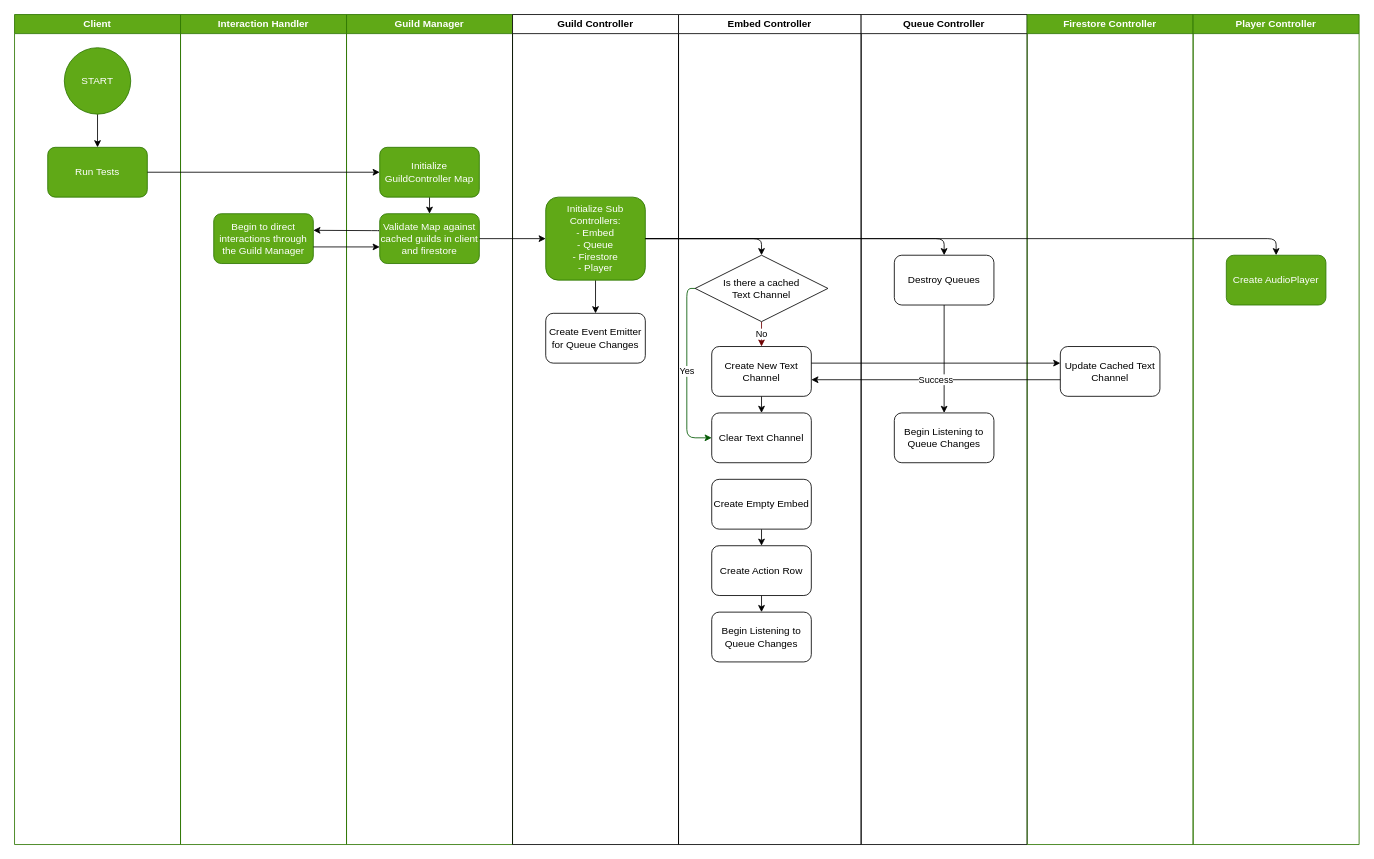
Earlier version of the draw.io diagram planning/draw.io/Initialization_Swimlane.drawio (LukeLeimbach/music-discord-bot). Source tidied: cells renumbered, new cells numbered last; positions are measured from the earlier drawing's top-left corner, leaving out a move shared by most shapes. Both pictures are drawn from the tidied source at 83%, with x=0, y=0 at pixel (14, 14).
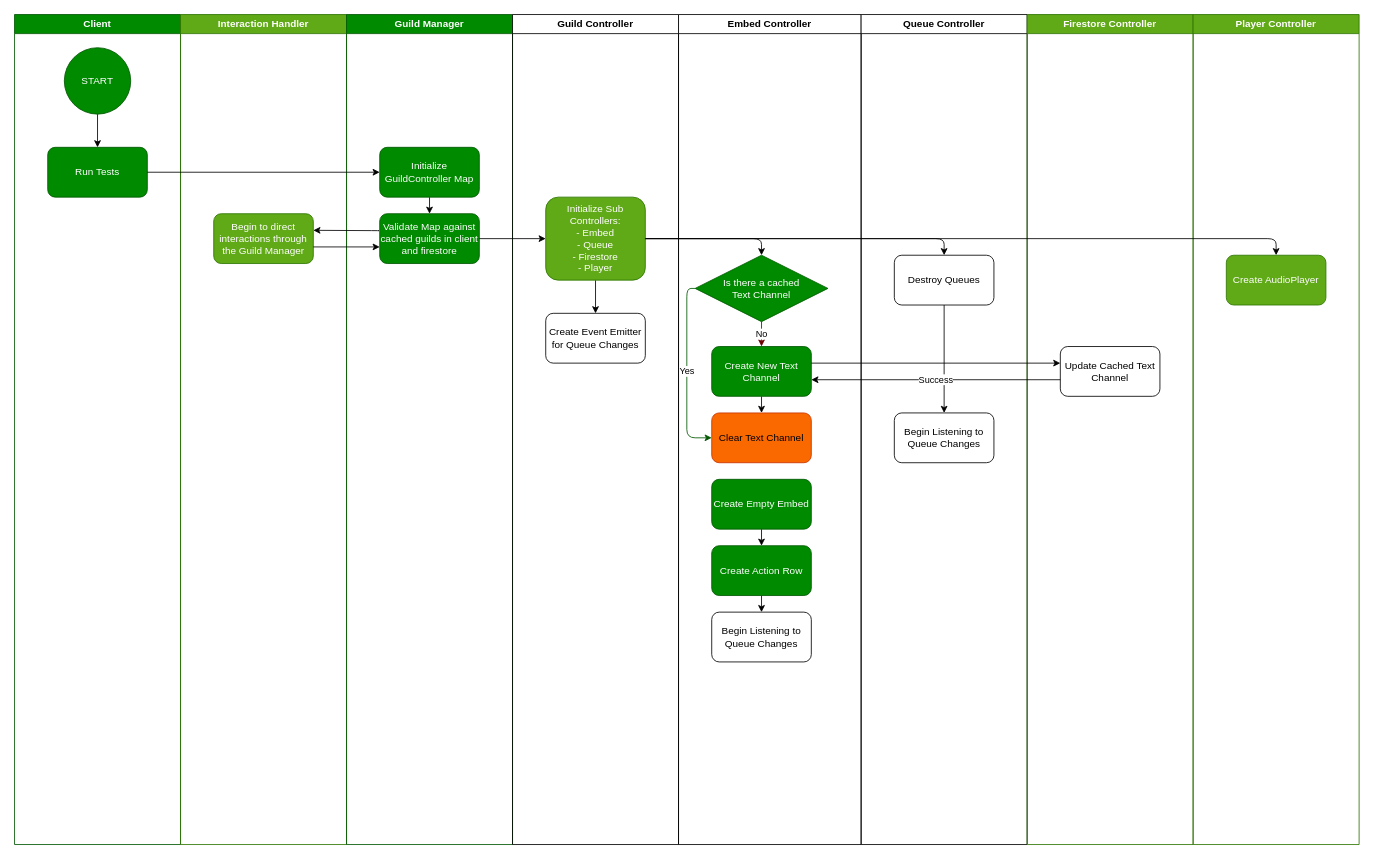
Above is the later version.

The change refers to these unchanged cells:
```xml
<mxCell id="16" value="Embed Controller" style="swimlane;whiteSpace=wrap;html=1;" parent="1" vertex="1">
  <mxGeometry x="800" width="220" height="1000" as="geometry" />
</mxCell>
```

The edit, as a diff of the source:
```diff
@@
-    <mxCell id="2" value="Client" style="swimlane;whiteSpace=wrap;html=1;fillColor=#60a917;fontColor=#ffffff;strokeColor=#2D7600;" parent="1" vertex="1">
+    <mxCell id="2" value="Client" style="swimlane;whiteSpace=wrap;html=1;fillColor=#008a00;fontColor=#ffffff;strokeColor=#005700;" parent="1" vertex="1">
       <mxGeometry width="200" height="1000" as="geometry" />
     </mxCell>
@@
-    <mxCell id="4" value="START" style="ellipse;whiteSpace=wrap;html=1;fillColor=#60a917;fontColor=#ffffff;strokeColor=#2D7600;" parent="2" vertex="1">
+    <mxCell id="4" value="START" style="ellipse;whiteSpace=wrap;html=1;fillColor=#008a00;fontColor=#ffffff;strokeColor=#005700;" parent="2" vertex="1">
       <mxGeometry x="60" y="40" width="80" height="80" as="geometry" />
     </mxCell>
-    <mxCell id="5" value="Run Tests" style="rounded=1;whiteSpace=wrap;html=1;fillColor=#60a917;fontColor=#ffffff;strokeColor=#2D7600;" parent="2" vertex="1">
+    <mxCell id="5" value="Run Tests" style="rounded=1;whiteSpace=wrap;html=1;fillColor=#008a00;fontColor=#ffffff;strokeColor=#005700;" parent="2" vertex="1">
       <mxGeometry x="40" y="160" width="120" height="60" as="geometry" />
     </mxCell>
@@
-    <mxCell id="8" value="Guild Manager" style="swimlane;whiteSpace=wrap;html=1;fillColor=#60a917;fontColor=#ffffff;strokeColor=#2D7600;" parent="1" vertex="1">
+    <mxCell id="8" value="Guild Manager" style="swimlane;whiteSpace=wrap;html=1;fillColor=#008a00;fontColor=#ffffff;strokeColor=#005700;" parent="1" vertex="1">
       <mxGeometry x="400" width="200" height="1000" as="geometry" />
     </mxCell>
@@
-    <mxCell id="10" value="Initialize GuildController Map" style="rounded=1;whiteSpace=wrap;html=1;fillColor=#60a917;fontColor=#ffffff;strokeColor=#2D7600;" parent="8" vertex="1">
+    <mxCell id="10" value="Initialize GuildController Map" style="rounded=1;whiteSpace=wrap;html=1;fillColor=#008a00;fontColor=#ffffff;strokeColor=#005700;" parent="8" vertex="1">
       <mxGeometry x="40" y="160" width="120" height="60" as="geometry" />
     </mxCell>
-    <mxCell id="11" value="Validate Map against cached guilds in client and firestore" style="rounded=1;whiteSpace=wrap;html=1;fillColor=#60a917;fontColor=#ffffff;strokeColor=#2D7600;" parent="8" vertex="1">
+    <mxCell id="11" value="Validate Map against cached guilds in client and firestore" style="rounded=1;whiteSpace=wrap;html=1;fillColor=#008a00;fontColor=#ffffff;strokeColor=#005700;" parent="8" vertex="1">
       <mxGeometry x="40" y="240" width="120" height="60" as="geometry" />
     </mxCell>
@@
-    <mxCell id="18" value="Create Empty Embed" style="rounded=1;whiteSpace=wrap;html=1;" parent="16" vertex="1">
+    <mxCell id="18" value="Create Empty Embed" style="rounded=1;whiteSpace=wrap;html=1;fillColor=#008a00;fontColor=#ffffff;strokeColor=#005700;" parent="16" vertex="1">
       <mxGeometry x="40" y="560" width="120" height="60" as="geometry" />
     </mxCell>
@@
-    <mxCell id="20" value="Create Action Row" style="rounded=1;whiteSpace=wrap;html=1;" parent="16" vertex="1">
+    <mxCell id="20" value="Create Action Row" style="rounded=1;whiteSpace=wrap;html=1;fillColor=#008a00;fontColor=#ffffff;strokeColor=#005700;" parent="16" vertex="1">
       <mxGeometry x="40" y="640" width="120" height="60" as="geometry" />
     </mxCell>
@@
-    <mxCell id="23" value="Is there a cached &lt;br&gt;Text Channel" style="rhombus;whiteSpace=wrap;html=1;" parent="16" vertex="1">
+    <mxCell id="23" value="Is there a cached &lt;br&gt;Text Channel" style="rhombus;whiteSpace=wrap;html=1;fillColor=#008a00;fontColor=#ffffff;strokeColor=#005700;" parent="16" vertex="1">
       <mxGeometry x="20" y="290" width="160" height="80" as="geometry" />
     </mxCell>
@@
-    <mxCell id="25" value="Create New Text Channel" style="rounded=1;whiteSpace=wrap;html=1;" parent="16" vertex="1">
+    <mxCell id="25" value="Create New Text Channel" style="rounded=1;whiteSpace=wrap;html=1;fillColor=#008a00;fontColor=#ffffff;strokeColor=#005700;" parent="16" vertex="1">
       <mxGeometry x="40" y="400" width="120" height="60" as="geometry" />
     </mxCell>
-    <mxCell id="26" value="Clear Text Channel" style="rounded=1;whiteSpace=wrap;html=1;" parent="16" vertex="1">
+    <mxCell id="26" value="Clear Text Channel" style="rounded=1;whiteSpace=wrap;html=1;fillColor=#fa6800;fontColor=#000000;strokeColor=#C73500;" parent="16" vertex="1">
       <mxGeometry x="40" y="480" width="120" height="60" as="geometry" />
     </mxCell>
```
